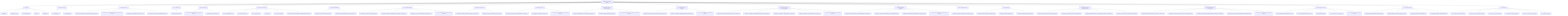
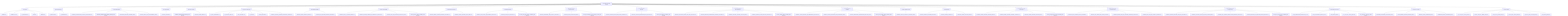
graph TD
    root["ToneSoul Documentation Authority"]
    root --> entrypoints["Entry Points"]
    entrypoints --> entrypoints_1["README.md"]
    entrypoints --> entrypoints_2["README.zh-TW.md"]
    entrypoints --> entrypoints_3["AI_ONBOARDING.md"]
    entrypoints --> entrypoints_4["INDEX.md"]
    entrypoints --> entrypoints_5["README.md"]
    root --> ai_operational_guides["AI Operational Guides"]
    ai_operational_guides --> ai_operational_guides_1["AI_QUICKSTART.md"]
    ai_operational_guides --> ai_operational_guides_2["AI_REFERENCE.md"]
    root --> canonical_architecture["Canonical Architecture"]
    canonical_architecture --> canonical_architecture_1["TONESOUL_EXTERNALIZED_COGNITIVE_ARCHITECTURE.md"]
    canonical_architecture --> canonical_architecture_2["TONESOUL_ARCHITECTURE_MEMORY_ANCHOR_2026-03-22.md"]
    canonical_architecture --> canonical_architecture_3["KNOWLEDGE_SURFACES_BOUNDARY_MAP.md"]
    canonical_architecture --> canonical_architecture_4["TONESOUL_EIGHT_LAYER_CONVERGENCE_MAP.md"]
    root --> deep_system_maps["Deep System Maps"]
    deep_system_maps --> deep_system_maps_1["TONESOUL_ANATOMY.md"]
    root --> interpretive_readings["Interpretive Readings"]
    interpretive_readings --> interpretive_readings_1["TONESOUL_DEEP_READING_ANCHOR_2026-03-26.md"]
    interpretive_readings --> interpretive_readings_2["TONESOUL_CODEX_READING.md"]
    root --> governance_execution["Governance And Execution"]
    governance_execution --> governance_execution_1["7D_AUDIT_FRAMEWORK.md"]
    governance_execution --> governance_execution_2["7D_EXECUTION_SPEC.md"]
    governance_execution --> governance_execution_3["AUDIT_CONTRACT.md"]
    governance_execution --> governance_execution_4["API_SPEC.md"]
    governance_execution --> governance_execution_5["COUNCIL_RUNTIME.md"]
    governance_execution --> governance_execution_6["TONESOUL_SHARED_R_MEMORY_OPERATIONS_CONTRACT.md"]
    root --> claim_authority_distillation["Claim Authority Distillation"]
    claim_authority_distillation --> claim_authority_distillation_1["TONESOUL_CLAIM_AUTHORITY_MATRIX.md"]
    claim_authority_distillation --> claim_authority_distillation_2["TONESOUL_LAW_RUNTIME_BOUNDARY_CONTRACT.md"]
    root --> evidence_topology_and_verifiability["Evidence And Verifiability"]
    evidence_topology_and_verifiability --> evidence_topology_and_verifiability_1["TONESOUL_CLAIM_TO_EVIDENCE_MATRIX.md"]
    evidence_topology_and_verifiability --> evidence_topology_and_verifiability_2["TONESOUL_EVIDENCE_LADDER_AND_VERIFIABILITY_CONTRACT.md"]
    evidence_topology_and_verifiability --> evidence_topology_and_verifiability_3["TONESOUL_TEST_AND_VALIDATION_TOPOLOGY_MAP.md"]
    evidence_topology_and_verifiability --> evidence_topology_and_verifiability_4["tonesoul_evidence_followup_candidates_2026-03-29.md"]
    root --> subject_refresh_boundaries["Subject Refresh Boundaries"]
    subject_refresh_boundaries --> subject_refresh_boundaries_1["TONESOUL_SUBJECT_REFRESH_BOUNDARY_CONTRACT.md"]
    subject_refresh_boundaries --> subject_refresh_boundaries_2["TONESOUL_SUBJECT_SNAPSHOT_FIELD_LANES.md"]
    root --> control_plane_discipline["Control Plane Discipline"]
    control_plane_discipline --> control_plane_discipline_1["TONESOUL_TASK_TRACK_AND_READINESS_CONTRACT.md"]
    control_plane_discipline --> control_plane_discipline_2["TONESOUL_PLAN_DELTA_CONTRACT.md"]
    control_plane_discipline --> control_plane_discipline_3["tonesoul_control_plane_followup_candidates_2026-03-28.md"]
    root --> observable_shell_and_axiom_boundaries["Observable-Shell And Axiom Boundaries"]
    observable_shell_and_axiom_boundaries --> observable_shell_and_axiom_boundaries_1["TONESOUL_OBSERVABLE_SHELL_OPACITY_CONTRACT.md"]
    observable_shell_and_axiom_boundaries --> observable_shell_and_axiom_boundaries_2["TONESOUL_AXIOM_FALSIFICATION_MAP.md"]
    observable_shell_and_axiom_boundaries --> observable_shell_and_axiom_boundaries_3["tonesoul_observability_and_axiom_adoption_review_2026-03-28.md"]
    root --> council_deliberation_discipline["Council Deliberation Discipline"]
    council_deliberation_discipline --> council_deliberation_discipline_1["TONESOUL_COUNCIL_DOSSIER_AND_DISSENT_CONTRACT.md"]
    council_deliberation_discipline --> council_deliberation_discipline_2["TONESOUL_ADAPTIVE_DELIBERATION_MODE_CONTRACT.md"]
    council_deliberation_discipline --> council_deliberation_discipline_3["tonesoul_council_followup_candidates_2026-03-28.md"]
    root --> continuity_import_and_receiver_discipline["Continuity Import And Receiver Discipline"]
    continuity_import_and_receiver_discipline --> continuity_import_and_receiver_discipline_1["TONESOUL_CONTINUITY_IMPORT_AND_DECAY_CONTRACT.md"]
    continuity_import_and_receiver_discipline --> continuity_import_and_receiver_discipline_2["TONESOUL_RECEIVER_INTERPRETATION_BOUNDARY_CONTRACT.md"]
    continuity_import_and_receiver_discipline --> continuity_import_and_receiver_discipline_3["TONESOUL_CONTINUITY_SURFACE_LIFECYCLE_MAP.md"]
    continuity_import_and_receiver_discipline --> continuity_import_and_receiver_discipline_4["TONESOUL_WORKING_STYLE_CONTINUITY_CONTRACT.md"]
    continuity_import_and_receiver_discipline --> continuity_import_and_receiver_discipline_5["tonesoul_continuity_followup_candidates_2026-03-29.md"]
    root --> council_realism_and_calibration["Council Realism And Calibration"]
    council_realism_and_calibration --> council_realism_and_calibration_1["TONESOUL_COUNCIL_REALISM_AND_INDEPENDENCE_CONTRACT.md"]
    council_realism_and_calibration --> council_realism_and_calibration_2["TONESOUL_COUNCIL_CONFIDENCE_AND_CALIBRATION_MAP.md"]
    council_realism_and_calibration --> council_realism_and_calibration_3["TONESOUL_ADVERSARIAL_DELIBERATION_ADOPTION_MAP.md"]
    council_realism_and_calibration --> council_realism_and_calibration_4["tonesoul_council_realism_followup_candidates_2026-03-29.md"]
    root --> context_continuity_adoption["Context Continuity Adoption"]
    context_continuity_adoption --> context_continuity_adoption_1["TONESOUL_CONTEXT_CONTINUITY_ADOPTION_MAP.md"]
    root --> prompt_discipline_skeleton["Prompt Discipline"]
    prompt_discipline_skeleton --> prompt_discipline_skeleton_1["TONESOUL_PROMPT_DISCIPLINE_SKELETON.md"]
    prompt_discipline_skeleton --> prompt_discipline_skeleton_2["TONESOUL_PROMPT_VARIANTS.md"]
    prompt_discipline_skeleton --> prompt_discipline_skeleton_3["TONESOUL_PROMPT_STARTER_CARDS.md"]
+     root --> prompt_surface_topology_and_adoption["Prompt Surface Topology And Adoption"]
+     prompt_surface_topology_and_adoption --> prompt_surface_topology_and_adoption_1["TONESOUL_PROMPT_SURFACE_ADOPTION_MATRIX.md"]
+     prompt_surface_topology_and_adoption --> prompt_surface_topology_and_adoption_2["TONESOUL_PROMPT_SURFACE_BOUNDARY_CONTRACT.md"]
+     prompt_surface_topology_and_adoption --> prompt_surface_topology_and_adoption_3["TONESOUL_PROMPT_SURFACE_TOPOLOGY_MAP.md"]
+     prompt_surface_topology_and_adoption --> prompt_surface_topology_and_adoption_4["tonesoul_prompt_adoption_followup_candidates_2026-03-29.md"]
    root --> reality_alignment_and_render_boundaries["Reality Alignment And Render Boundaries"]
    reality_alignment_and_render_boundaries --> reality_alignment_and_render_boundaries_1["TONESOUL_ENTRY_SURFACE_REALITY_BASELINE.md"]
    reality_alignment_and_render_boundaries --> reality_alignment_and_render_boundaries_2["TONESOUL_DOC_METRIC_AND_COUNT_METHOD.md"]
    reality_alignment_and_render_boundaries --> reality_alignment_and_render_boundaries_3["TONESOUL_RENDER_LAYER_AND_ENCODING_BOUNDARY_CONTRACT.md"]
    reality_alignment_and_render_boundaries --> reality_alignment_and_render_boundaries_4["TONESOUL_DOC_DRIFT_AND_CONFLICT_REGISTER.md"]
    root --> entry_simplification_and_lineage_routing["Entry Simplification And Lineage Routing"]
    entry_simplification_and_lineage_routing --> entry_simplification_and_lineage_routing_1["TONESOUL_AUDIENCE_ROUTING_AND_ENTRY_CONTRACT.md"]
    entry_simplification_and_lineage_routing --> entry_simplification_and_lineage_routing_2["TONESOUL_HISTORICAL_SPEC_AND_LEGACY_SURFACE_MAP.md"]
    entry_simplification_and_lineage_routing --> entry_simplification_and_lineage_routing_3["TONESOUL_DOC_SURFACE_SIMPLIFICATION_BOUNDARY_CONTRACT.md"]
    entry_simplification_and_lineage_routing --> entry_simplification_and_lineage_routing_4["TONESOUL_ENCODING_AND_MOJIBAKE_HAZARD_REGISTER.md"]
    entry_simplification_and_lineage_routing --> entry_simplification_and_lineage_routing_5["tonesoul_docs_cleanup_wave_candidates_2026-03-29.md"]
    root --> doc_governance["Documentation Governance"]
    doc_governance --> doc_governance_1["DOCS_INFORMATION_ARCHITECTURE_v1.md"]
    doc_governance --> doc_governance_2["DOCS_CLASSIFICATION_LEDGER_v1.md"]
    doc_governance --> doc_governance_3["FILE_PURPOSE_MAP.md"]
    doc_governance --> doc_governance_4["doc_convergence_inventory_latest.json"]
    doc_governance --> doc_governance_5["doc_convergence_cleanup_plan_2026-03-22.md"]
    root --> convergence_contracts["Convergence Contracts"]
    convergence_contracts --> convergence_contracts_1["BASENAME_DIVERGENCE_DISTILLATION_MAP.md"]
    convergence_contracts --> convergence_contracts_2["PRIVATE_MEMORY_SHADOW_BOUNDARY_MAP.md"]
    convergence_contracts --> convergence_contracts_3["PARADOX_FIXTURE_OWNERSHIP_MAP.md"]
    convergence_contracts --> convergence_contracts_4["ENGINEERING_MIRROR_OWNERSHIP_MAP.md"]
    root --> generated_status["Generated Status"]
    generated_status --> generated_status_1["doc_convergence_inventory_latest.json"]
    generated_status --> generated_status_2["basename_divergence_distillation_latest.json"]
    generated_status --> generated_status_3["private_memory_shadow_latest.json"]
    generated_status --> generated_status_4["paradox_fixture_ownership_latest.json"]
    generated_status --> generated_status_5["engineering_mirror_ownership_latest.json"]
    generated_status --> generated_status_6["claim_authority_latest.json"]
